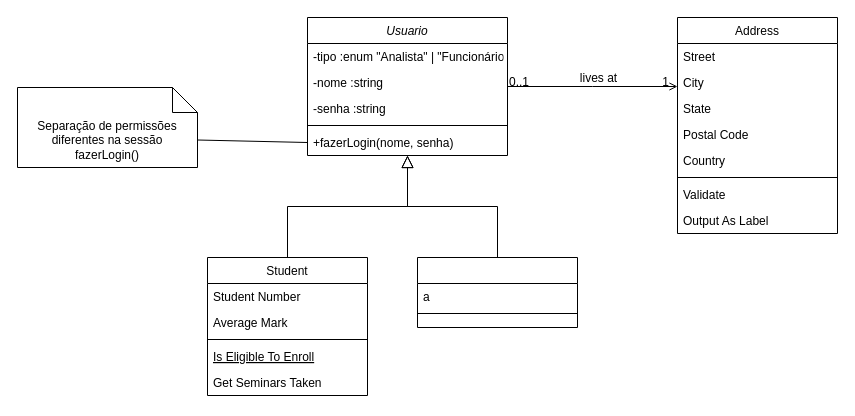
This is page "Classes" (1 of 2) of Financ.drawio from Raiobrine/DrawIO, a draw.io file, before an edit. Source tidied: cells renumbered, new cells numbered last; positions are measured from the earlier drawing's top-left corner, leaving out a move shared by most shapes. Both pictures are drawn from the tidied source at 100%, with x=0, y=0 at pixel (17, 17).
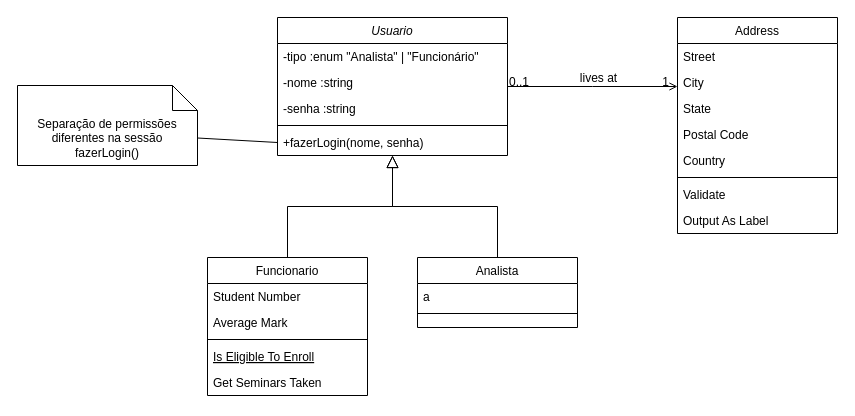
After the change.

Diff of the diagram source:
```diff
@@
     <mxCell id="2" value="Usuario" style="swimlane;fontStyle=2;align=center;verticalAlign=top;horizontal=1;startSize=26;rounded=0;shadow=0;strokeWidth=1;" parent="1" vertex="1">
-      <mxGeometry x="290" width="200" height="138" as="geometry" />
+      <mxGeometry x="260" width="230" height="138" as="geometry" />
     </mxCell>
     <mxCell id="3" value="-tipo :enum &quot;Analista&quot; | &quot;Funcionário&quot;&#10; " style="text;align=left;verticalAlign=top;spacingLeft=4;spacingRight=4;overflow=hidden;" parent="2" vertex="1">
-      <mxGeometry y="26" width="200" height="26" as="geometry" />
+      <mxGeometry y="26" width="230" height="26" as="geometry" />
     </mxCell>
     <mxCell id="4" value="-nome :string" style="text;align=left;verticalAlign=top;spacingLeft=4;spacingRight=4;overflow=hidden;rounded=0;shadow=0;html=0;" parent="2" vertex="1">
-      <mxGeometry y="52" width="200" height="26" as="geometry" />
+      <mxGeometry y="52" width="230" height="26" as="geometry" />
     </mxCell>
     <mxCell id="5" value="-senha :string" style="text;align=left;verticalAlign=top;spacingLeft=4;spacingRight=4;overflow=hidden;rounded=0;shadow=0;html=0;" parent="2" vertex="1">
-      <mxGeometry y="78" width="200" height="26" as="geometry" />
+      <mxGeometry y="78" width="230" height="26" as="geometry" />
     </mxCell>
     <mxCell id="6" style="line;html=1;strokeWidth=1;align=left;verticalAlign=middle;spacingTop=-1;spacingLeft=3;spacingRight=3;labelPosition=right;" parent="2" vertex="1">
-      <mxGeometry y="104" width="200" height="8" as="geometry" />
+      <mxGeometry y="104" width="230" height="8" as="geometry" />
     </mxCell>
     <mxCell id="7" value="+fazerLogin(nome, senha)" style="text;align=left;verticalAlign=top;spacingLeft=4;spacingRight=4;overflow=hidden;points=[[0,0.5],[1,0.5]];portConstraint=eastwest;" parent="2" vertex="1">
-      <mxGeometry y="112" width="200" height="26" as="geometry" />
+      <mxGeometry y="112" width="230" height="26" as="geometry" />
     </mxCell>
-    <mxCell id="8" value="Student" style="swimlane;fontStyle=0;align=center;verticalAlign=top;horizontal=1;startSize=26;rounded=0;shadow=0;strokeWidth=1;" parent="1" vertex="1">
+    <mxCell id="8" value="Funcionario" style="swimlane;fontStyle=0;align=center;verticalAlign=top;horizontal=1;startSize=26;rounded=0;shadow=0;strokeWidth=1;" parent="1" vertex="1">
       <mxGeometry x="190" y="240" width="160" height="138" as="geometry" />
     </mxCell>
@@
-    <mxCell id="15" style="swimlane;fontStyle=0;align=center;verticalAlign=top;horizontal=1;startSize=26;rounded=0;shadow=0;strokeWidth=1;" parent="1" vertex="1">
+    <mxCell id="15" value="Analista" style="swimlane;fontStyle=0;align=center;verticalAlign=top;horizontal=1;startSize=26;rounded=0;shadow=0;strokeWidth=1;" parent="1" vertex="1">
       <mxGeometry x="400" y="240" width="160" height="70" as="geometry" />
     </mxCell>
@@
+    <mxCell id="34" style="rounded=0;jettySize=auto;html=1;exitX=0;exitY=0;exitDx=180;exitDy=52.5;exitPerimeter=0;entryX=0;entryY=0.5;entryDx=0;entryDy=0;endArrow=none;endFill=0;" parent="1" edge="1" source="32" target="7">
+      <mxGeometry relative="1" as="geometry" />
+    </mxCell>
     <mxCell id="32" value="Separação de permissões diferentes na sessão fazerLogin()" style="shape=note2;boundedLbl=1;whiteSpace=wrap;html=1;size=25;verticalAlign=top;align=center;" parent="1" vertex="1">
-      <mxGeometry y="70" width="180" height="80" as="geometry" />
+      <mxGeometry y="68" width="180" height="80" as="geometry" />
     </mxCell>
-    <mxCell id="33" style="edgeStyle=none;rounded=0;jettySize=auto;html=1;exitX=0;exitY=0.5;exitDx=0;exitDy=0;entryX=0;entryY=0;entryDx=180;entryDy=52.5;entryPerimeter=0;endArrow=none;endFill=0;" parent="1" edge="1" source="7" target="32">
-      <mxGeometry relative="1" as="geometry" />
-    </mxCell>
```
